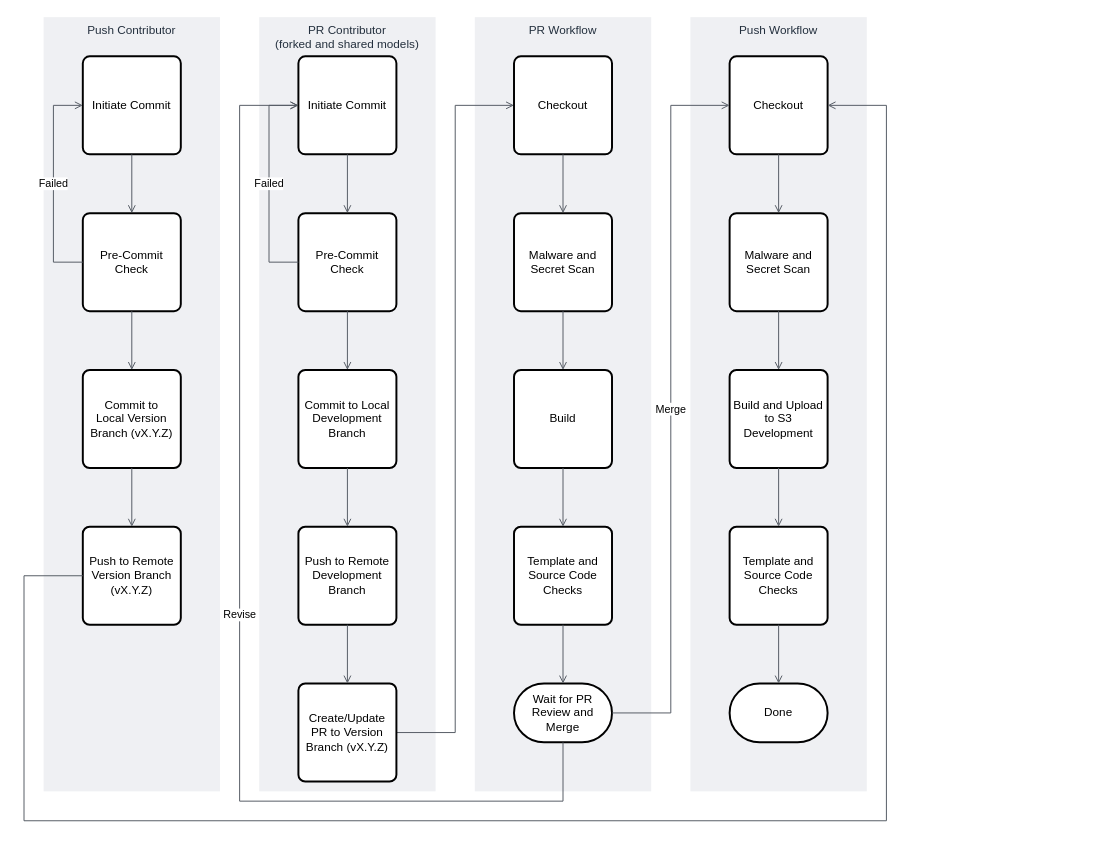
Above: docs/github-workflows.drawio in aws-solutions/media-services-application-mapper (draw.io), before the change. Source tidied: cells renumbered, new cells numbered last; positions are measured from the earlier drawing's top-left corner, leaving out a move shared by most shapes. Both pictures are drawn from the tidied source at 98%, with x=0, y=0 at pixel (24, 17).
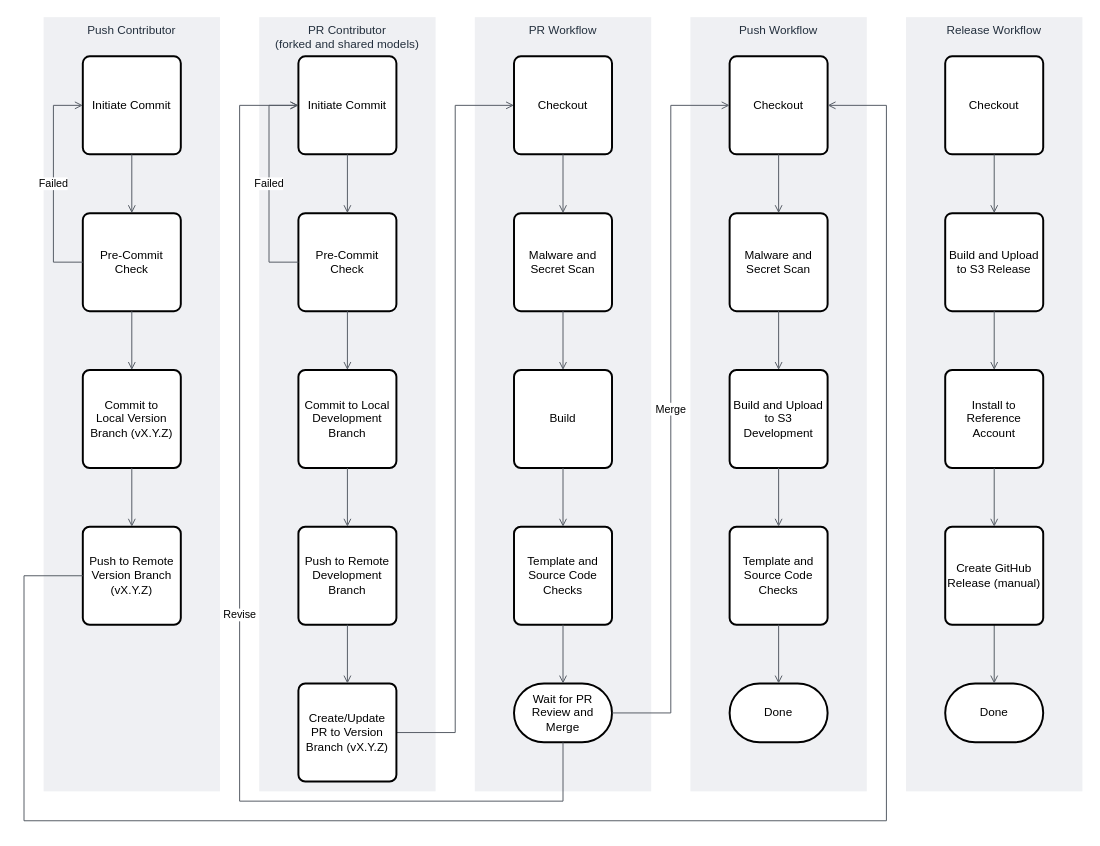
Above is the later version.

Commit message (it also covers changes not shown here):
Updates to development process

What changed in the source:
```diff
@@
+    <mxCell id="46" value="Release Workflow" style="fillColor=#EFF0F3;strokeColor=none;dashed=0;verticalAlign=top;fontStyle=0;fontColor=#232F3D;" parent="1" vertex="1">
+      <mxGeometry x="900" width="180" height="790" as="geometry" />
+    </mxCell>
+    <mxCell id="47" value="Checkout" style="rounded=1;whiteSpace=wrap;html=1;absoluteArcSize=1;arcSize=14;strokeWidth=2;" parent="1" vertex="1">
+      <mxGeometry x="940" y="40" width="100" height="100" as="geometry" />
+    </mxCell>
+    <mxCell id="48" value="Build and Upload to S3 Release" style="rounded=1;whiteSpace=wrap;html=1;absoluteArcSize=1;arcSize=14;strokeWidth=2;" parent="1" vertex="1">
+      <mxGeometry x="940" y="200" width="100" height="100" as="geometry" />
+    </mxCell>
+    <mxCell id="49" value="Install to Reference Account" style="rounded=1;whiteSpace=wrap;html=1;absoluteArcSize=1;arcSize=14;strokeWidth=2;" parent="1" vertex="1">
+      <mxGeometry x="940" y="360" width="100" height="100" as="geometry" />
+    </mxCell>
+    <mxCell id="50" value="Done" style="strokeWidth=2;html=1;shape=mxgraph.flowchart.terminator;whiteSpace=wrap;" parent="1" vertex="1">
+      <mxGeometry x="940" y="680" width="100" height="60" as="geometry" />
+    </mxCell>
+    <mxCell id="51" style="edgeStyle=orthogonalEdgeStyle;html=1;endArrow=open;elbow=vertical;startArrow=none;endFill=0;strokeColor=#545B64;rounded=0;" parent="1" edge="1" source="47" target="48">
+      <mxGeometry relative="1" as="geometry" />
+    </mxCell>
+    <mxCell id="52" style="edgeStyle=orthogonalEdgeStyle;html=1;endArrow=open;elbow=vertical;startArrow=none;endFill=0;strokeColor=#545B64;rounded=0;" parent="1" edge="1" source="48" target="49">
+      <mxGeometry relative="1" as="geometry" />
+    </mxCell>
+    <mxCell id="53" style="edgeStyle=orthogonalEdgeStyle;html=1;endArrow=open;elbow=vertical;startArrow=none;endFill=0;strokeColor=#545B64;rounded=0;" parent="1" edge="1" source="54" target="50">
+      <mxGeometry relative="1" as="geometry" />
+    </mxCell>
+    <mxCell id="54" value="Create GitHub Release (manual)" style="rounded=1;whiteSpace=wrap;html=1;absoluteArcSize=1;arcSize=14;strokeWidth=2;" parent="1" vertex="1">
+      <mxGeometry x="940" y="520" width="100" height="100" as="geometry" />
+    </mxCell>
+    <mxCell id="55" style="edgeStyle=orthogonalEdgeStyle;html=1;endArrow=open;elbow=vertical;startArrow=none;endFill=0;strokeColor=#545B64;rounded=0;" parent="1" edge="1" source="49" target="54">
+      <mxGeometry relative="1" as="geometry" />
+    </mxCell>
```
